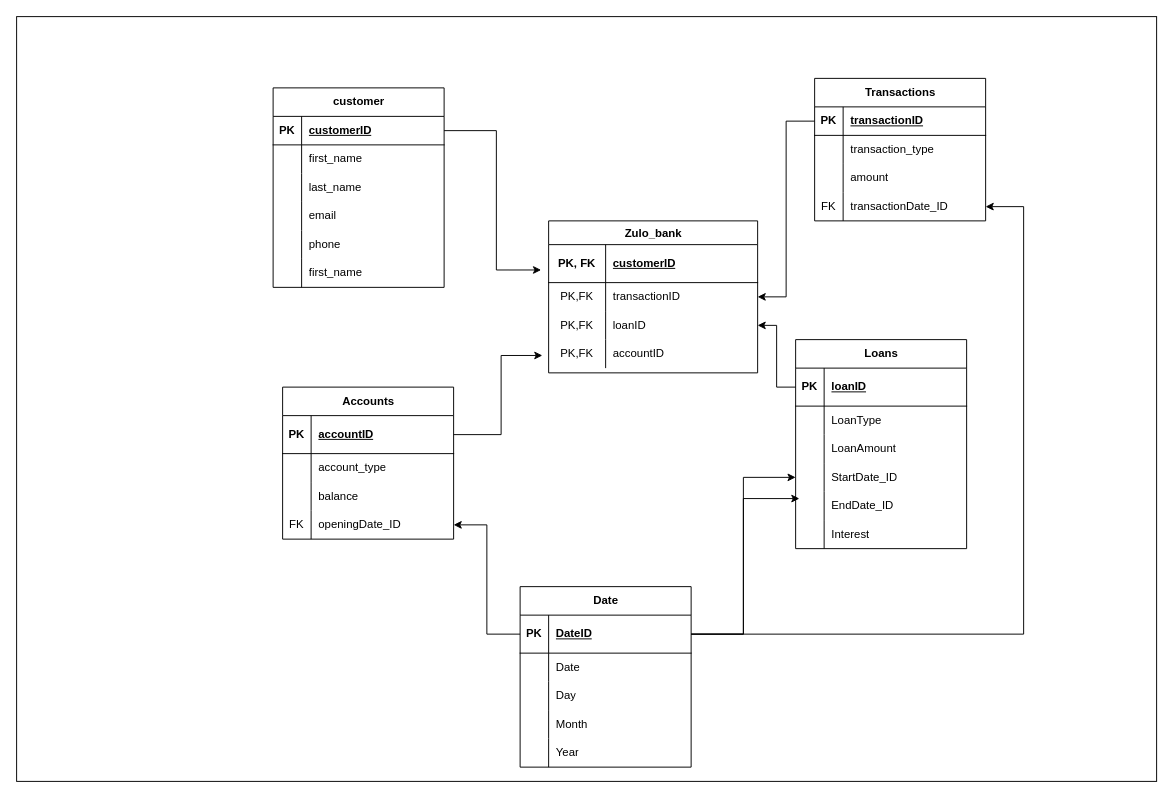
nonsosky/draw.io keeps this draw.io diagram as page "Page-2" (2 of 3) of Untitled Diagram.drawio. Above is the earlier version. Source tidied: cells renumbered, new cells numbered last; positions are measured from the earlier drawing's top-left corner, leaving out a move shared by most shapes. Both pictures are drawn from the tidied source at 95%, with x=0, y=0 at pixel (16, 16).
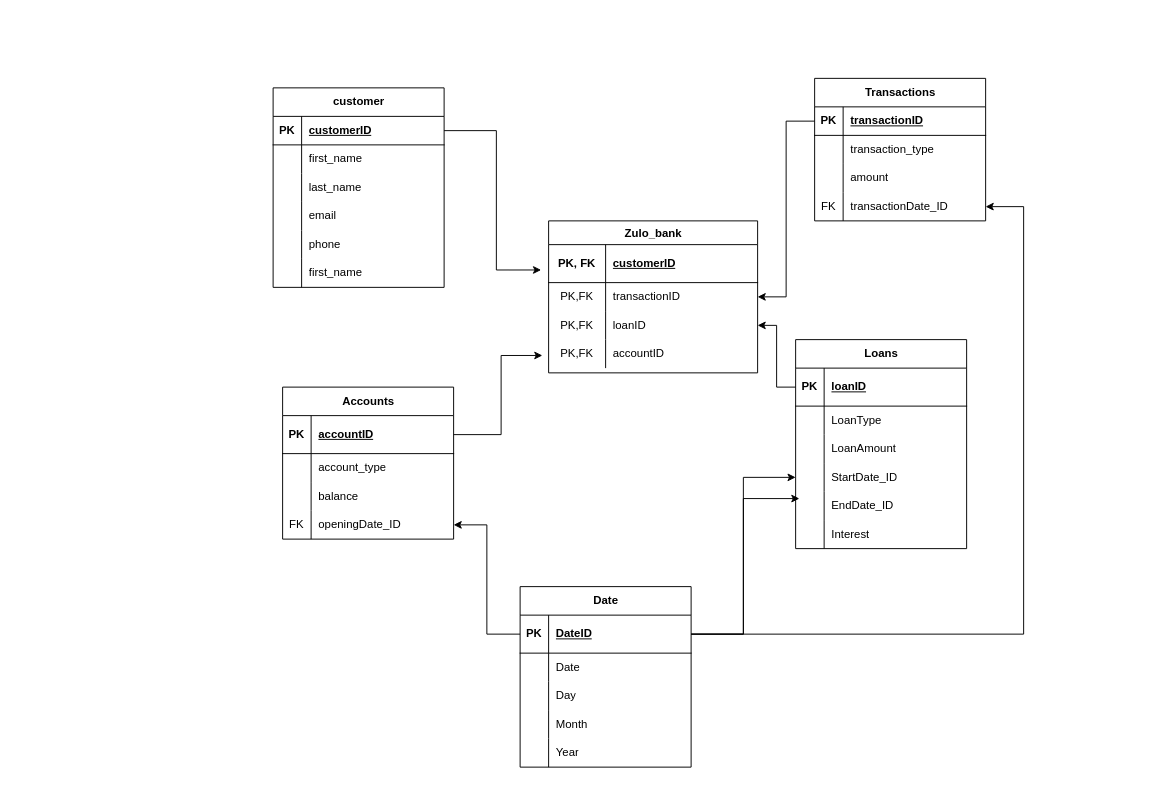
After the change.

Commit message:
Optimizing For Data Warehouse

What changed in the source:
```diff
@@
-    <mxCell id="2" style="rounded=0;whiteSpace=wrap;html=1;fillColor=default;" parent="1" vertex="1">
-      <mxGeometry width="1200" height="805" as="geometry" />
-    </mxCell>
```
